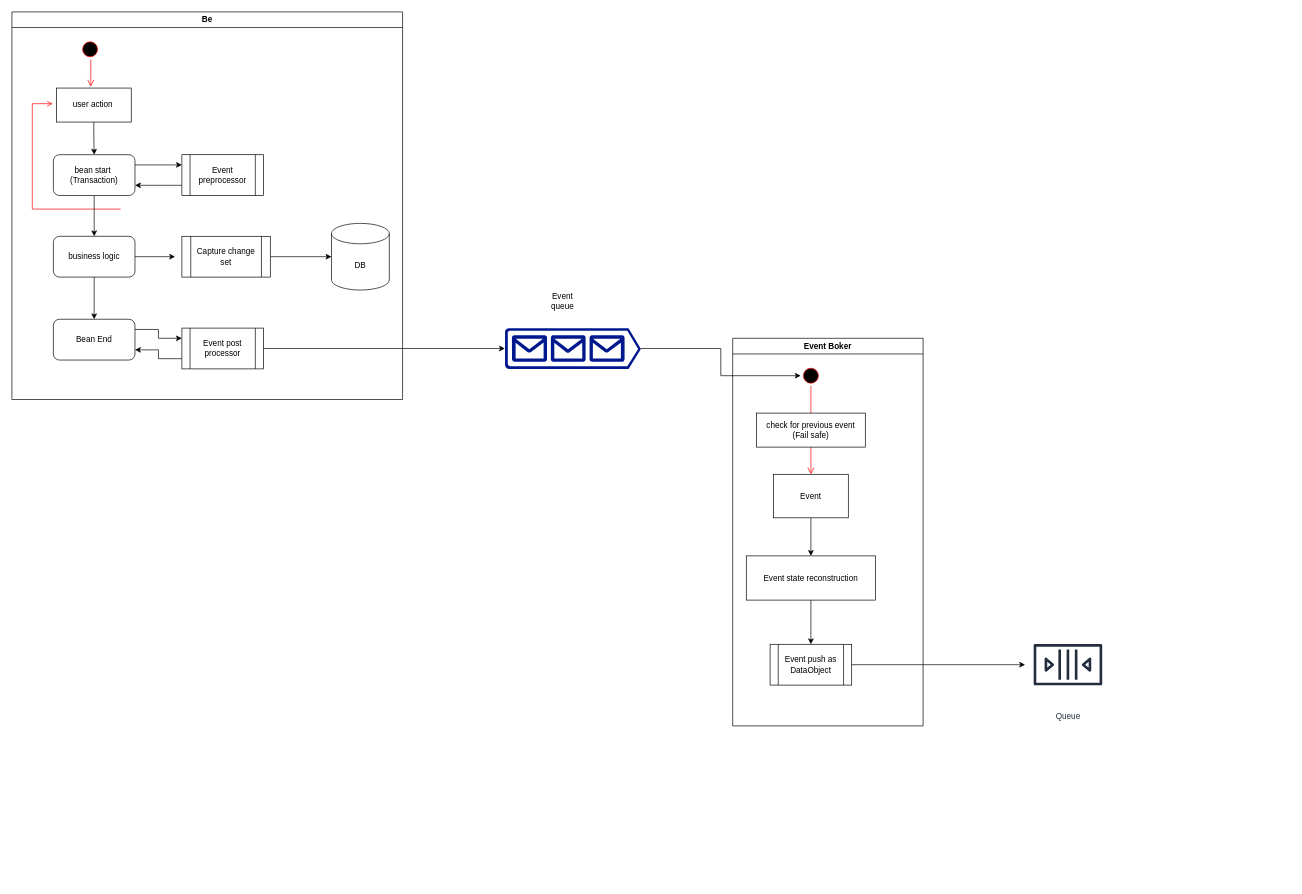
kaykay2208/eventfwflow keeps this draw.io diagram as Untitled Diagram.drawio. Above is the earlier version. Source tidied: cells renumbered, new cells numbered last; positions are measured from the earlier drawing's top-left corner, leaving out a move shared by most shapes. Both pictures are drawn from the tidied source at 68%, with x=0, y=0 at pixel (12, 12).
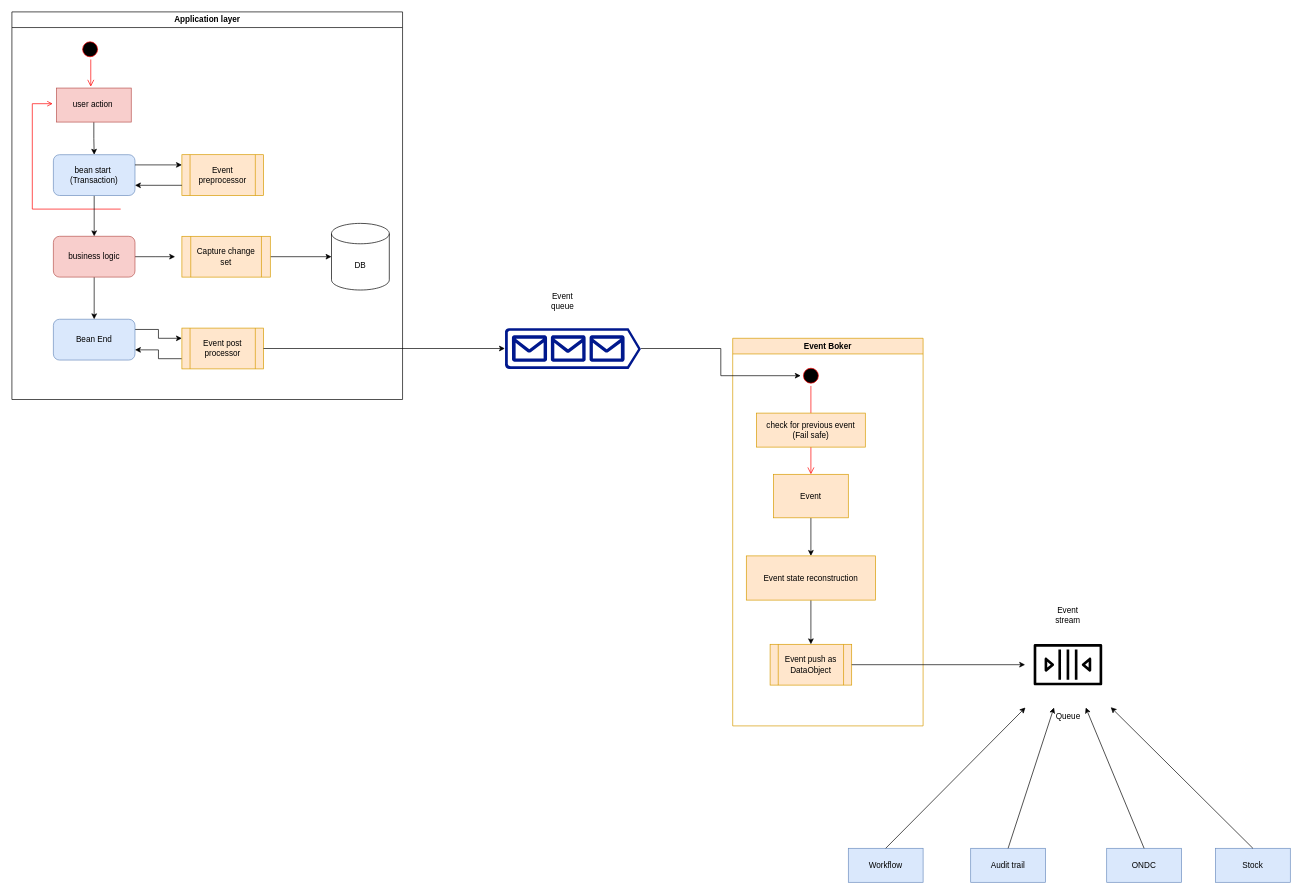
Above is the later version.

The edit, as a diff of the source:
```diff
@@
-    <mxCell id="2" value="Be" style="swimlane;whiteSpace=wrap;" parent="1" vertex="1">
+    <mxCell id="2" value="Application layer" style="swimlane;whiteSpace=wrap;" parent="1" vertex="1">
       <mxGeometry width="574.5" height="570" as="geometry" />
     </mxCell>
@@
-    <mxCell id="7" value="user action&amp;nbsp;" style="html=1;whiteSpace=wrap;" parent="2" vertex="1">
+    <mxCell id="7" value="user action&amp;nbsp;" style="html=1;whiteSpace=wrap;fillColor=#f8cecc;strokeColor=#b85450;" parent="2" vertex="1">
       <mxGeometry x="65.5" y="112" width="110" height="50" as="geometry" />
     </mxCell>
@@
-    <mxCell id="10" value="bean start&amp;nbsp;&lt;br&gt;(Transaction)" style="rounded=1;whiteSpace=wrap;html=1;" parent="2" vertex="1">
+    <mxCell id="10" value="bean start&amp;nbsp;&lt;br&gt;(Transaction)" style="rounded=1;whiteSpace=wrap;html=1;fillColor=#dae8fc;strokeColor=#6c8ebf;" parent="2" vertex="1">
       <mxGeometry x="61" y="210" width="120" height="60" as="geometry" />
     </mxCell>
@@
-    <mxCell id="12" value="Bean End" style="rounded=1;whiteSpace=wrap;html=1;" parent="2" vertex="1">
+    <mxCell id="12" value="Bean End" style="rounded=1;whiteSpace=wrap;html=1;fillColor=#dae8fc;strokeColor=#6c8ebf;" parent="2" vertex="1">
       <mxGeometry x="61" y="452" width="120" height="60" as="geometry" />
     </mxCell>
-    <mxCell id="13" value="Event preprocessor" style="shape=process;whiteSpace=wrap;html=1;backgroundOutline=1;" parent="2" vertex="1">
+    <mxCell id="13" value="Event preprocessor" style="shape=process;whiteSpace=wrap;html=1;backgroundOutline=1;fillColor=#ffe6cc;strokeColor=#d79b00;" parent="2" vertex="1">
       <mxGeometry x="250" y="210" width="120" height="60" as="geometry" />
     </mxCell>
@@
-    <mxCell id="15" value="Event post processor" style="shape=process;whiteSpace=wrap;html=1;backgroundOutline=1;" parent="2" vertex="1">
+    <mxCell id="15" value="Event post processor" style="shape=process;whiteSpace=wrap;html=1;backgroundOutline=1;fillColor=#ffe6cc;strokeColor=#d79b00;" parent="2" vertex="1">
       <mxGeometry x="250" y="465" width="120" height="60" as="geometry" />
     </mxCell>
@@
-    <mxCell id="20" value="business logic" style="whiteSpace=wrap;html=1;rounded=1;" parent="2" vertex="1">
+    <mxCell id="20" value="business logic" style="whiteSpace=wrap;html=1;rounded=1;fillColor=#f8cecc;strokeColor=#b85450;" parent="2" vertex="1">
       <mxGeometry x="61" y="330" width="120" height="60" as="geometry" />
     </mxCell>
@@
-    <mxCell id="22" value="Capture change set" style="shape=process;whiteSpace=wrap;html=1;backgroundOutline=1;" parent="2" vertex="1">
+    <mxCell id="22" value="Capture change set" style="shape=process;whiteSpace=wrap;html=1;backgroundOutline=1;fillColor=#ffe6cc;strokeColor=#d79b00;" parent="2" vertex="1">
       <mxGeometry x="250" y="330" width="130" height="60" as="geometry" />
     </mxCell>
-    <mxCell id="23" value="Event Boker" style="swimlane;whiteSpace=wrap;" parent="1" vertex="1">
+    <mxCell id="23" value="Event Boker" style="swimlane;whiteSpace=wrap;fillColor=#ffe6cc;strokeColor=#d79b00;" parent="1" vertex="1">
       <mxGeometry x="1060" y="480" width="280" height="570" as="geometry" />
     </mxCell>
@@
-    <mxCell id="27" value=" Event " parent="23" vertex="1">
+    <mxCell id="27" value=" Event " style="fillColor=#ffe6cc;strokeColor=#d79b00;" parent="23" vertex="1">
       <mxGeometry x="60" y="200" width="110" height="64" as="geometry" />
     </mxCell>
-    <mxCell id="28" value="check for previous event&#10;(Fail safe)" parent="23" vertex="1">
+    <mxCell id="28" value="check for previous event&#10;(Fail safe)" style="fillColor=#ffe6cc;strokeColor=#d79b00;" parent="23" vertex="1">
       <mxGeometry x="35" y="110" width="160" height="50" as="geometry" />
     </mxCell>
@@
-    <mxCell id="30" value="Event state reconstruction" parent="23" vertex="1">
+    <mxCell id="30" value="Event state reconstruction" style="fillColor=#ffe6cc;strokeColor=#d79b00;" parent="23" vertex="1">
       <mxGeometry x="20" y="320" width="190" height="65" as="geometry" />
     </mxCell>
-    <mxCell id="31" value="Event push as DataObject" style="shape=process;whiteSpace=wrap;html=1;backgroundOutline=1;" parent="23" vertex="1">
+    <mxCell id="31" value="Event push as DataObject" style="shape=process;whiteSpace=wrap;html=1;backgroundOutline=1;fillColor=#ffe6cc;strokeColor=#d79b00;" parent="23" vertex="1">
       <mxGeometry x="55" y="450" width="120" height="60" as="geometry" />
     </mxCell>
@@
-    <mxCell id="36" value="Queue" style="sketch=0;outlineConnect=0;fontColor=#232F3E;gradientColor=none;strokeColor=#232F3E;fillColor=#ffffff;dashed=0;verticalLabelPosition=bottom;verticalAlign=top;align=center;html=1;fontSize=12;fontStyle=0;shape=mxgraph.aws4.resourceIcon;resIcon=mxgraph.aws4.queue;" parent="1" vertex="1">
+    <mxCell id="36" value="Queue" style="sketch=0;outlineConnect=0;dashed=0;verticalLabelPosition=bottom;verticalAlign=top;align=center;html=1;fontSize=12;fontStyle=0;shape=mxgraph.aws4.resourceIcon;resIcon=mxgraph.aws4.queue;" parent="1" vertex="1">
       <mxGeometry x="1490" y="897" width="126" height="126" as="geometry" />
     </mxCell>
@@
+    <mxCell id="38" value="Workflow" style="html=1;whiteSpace=wrap;fillColor=#dae8fc;strokeColor=#6c8ebf;" parent="1" vertex="1">
+      <mxGeometry x="1230" y="1230" width="110" height="50" as="geometry" />
+    </mxCell>
+    <mxCell id="39" value="Audit trail" style="html=1;whiteSpace=wrap;fillColor=#dae8fc;strokeColor=#6c8ebf;" parent="1" vertex="1">
+      <mxGeometry x="1410" y="1230" width="110" height="50" as="geometry" />
+    </mxCell>
+    <mxCell id="40" value="ONDC" style="html=1;whiteSpace=wrap;fillColor=#dae8fc;strokeColor=#6c8ebf;" parent="1" vertex="1">
+      <mxGeometry x="1610" y="1230" width="110" height="50" as="geometry" />
+    </mxCell>
+    <mxCell id="41" value="Stock" style="html=1;whiteSpace=wrap;fillColor=#dae8fc;strokeColor=#6c8ebf;" parent="1" vertex="1">
+      <mxGeometry x="1770" y="1230" width="110" height="50" as="geometry" />
+    </mxCell>
+    <mxCell id="42" style="endArrow=classic;html=1;rounded=0;exitX=0.5;exitY=0;exitDx=0;exitDy=0;" parent="1" edge="1" source="38" target="36">
+      <mxGeometry relative="1" as="geometry" />
+    </mxCell>
+    <mxCell id="43" style="endArrow=classic;html=1;rounded=0;exitX=0.5;exitY=0;exitDx=0;exitDy=0;" parent="1" edge="1" source="39" target="36">
+      <mxGeometry relative="1" as="geometry" />
+    </mxCell>
+    <mxCell id="44" style="endArrow=classic;html=1;rounded=0;exitX=0.5;exitY=0;exitDx=0;exitDy=0;" parent="1" edge="1" source="40" target="36">
+      <mxGeometry relative="1" as="geometry" />
+    </mxCell>
+    <mxCell id="45" style="endArrow=classic;html=1;rounded=0;exitX=0.5;exitY=0;exitDx=0;exitDy=0;" parent="1" edge="1" source="41" target="36">
+      <mxGeometry relative="1" as="geometry" />
+    </mxCell>
+    <mxCell id="46" value="Event stream&lt;div&gt;&lt;br&gt;&lt;/div&gt;" style="text;html=1;align=center;verticalAlign=middle;whiteSpace=wrap;rounded=0;" parent="1" vertex="1">
+      <mxGeometry x="1523" y="880" width="60" height="30" as="geometry" />
+    </mxCell>
```
